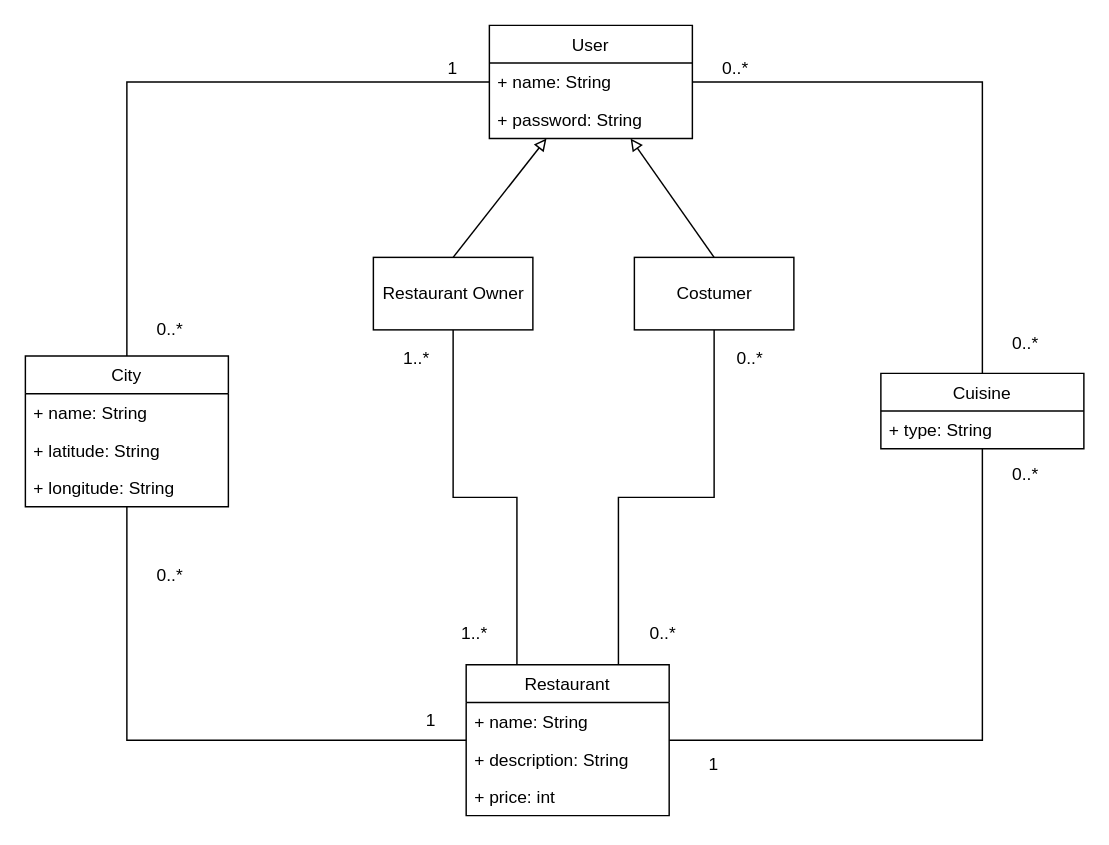
This is page "Page-1" (1 of 3) of draw.io/data_model.drawio from spampas/restaurant_recommendation_graphdb, a draw.io file, before an edit. Source tidied: cells renumbered, new cells numbered last; positions are measured from the earlier drawing's top-left corner, leaving out a move shared by most shapes. Both pictures are drawn from the tidied source at 145%, with x=0, y=0 at pixel (25, 25).
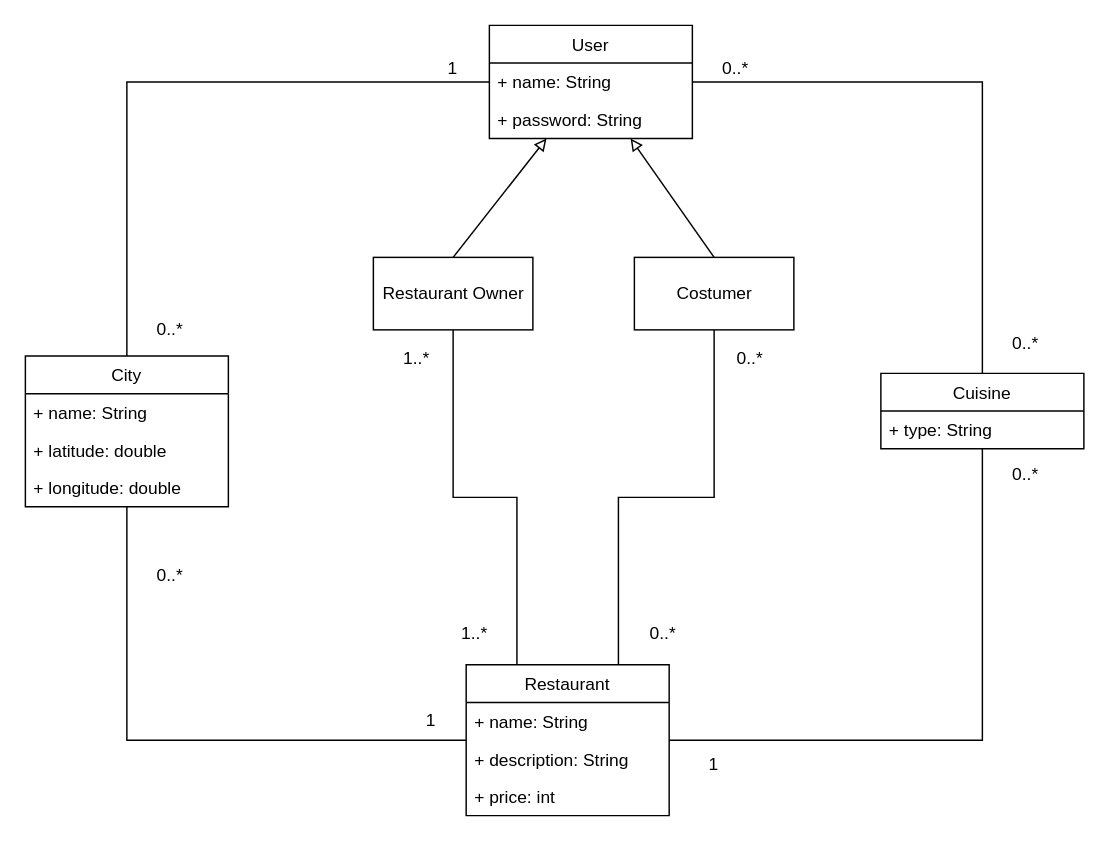
After the change.

The change refers to these unchanged cells:
```xml
<mxCell id="19" value="City" style="swimlane;fontStyle=0;horizontal=1;startSize=26;fillColor=none;" parent="1" vertex="1">
  <mxGeometry y="228" width="140" height="104" as="geometry" />
</mxCell>
```

What changed in the source:
```diff
@@
-    <mxCell id="21" value="+ latitude: String" style="text;strokeColor=none;fillColor=none;align=left;verticalAlign=top;spacingLeft=4;spacingRight=4;overflow=hidden;" parent="19" vertex="1">
+    <mxCell id="21" value="+ latitude: double" style="text;strokeColor=none;fillColor=none;align=left;verticalAlign=top;spacingLeft=4;spacingRight=4;overflow=hidden;" parent="19" vertex="1">
       <mxGeometry y="52" width="140" height="26" as="geometry" />
     </mxCell>
-    <mxCell id="22" value="+ longitude: String" style="text;strokeColor=none;fillColor=none;align=left;verticalAlign=top;spacingLeft=4;spacingRight=4;overflow=hidden;" parent="19" vertex="1">
+    <mxCell id="22" value="+ longitude: double" style="text;strokeColor=none;fillColor=none;align=left;verticalAlign=top;spacingLeft=4;spacingRight=4;overflow=hidden;" parent="19" vertex="1">
       <mxGeometry y="78" width="140" height="26" as="geometry" />
     </mxCell>
```
